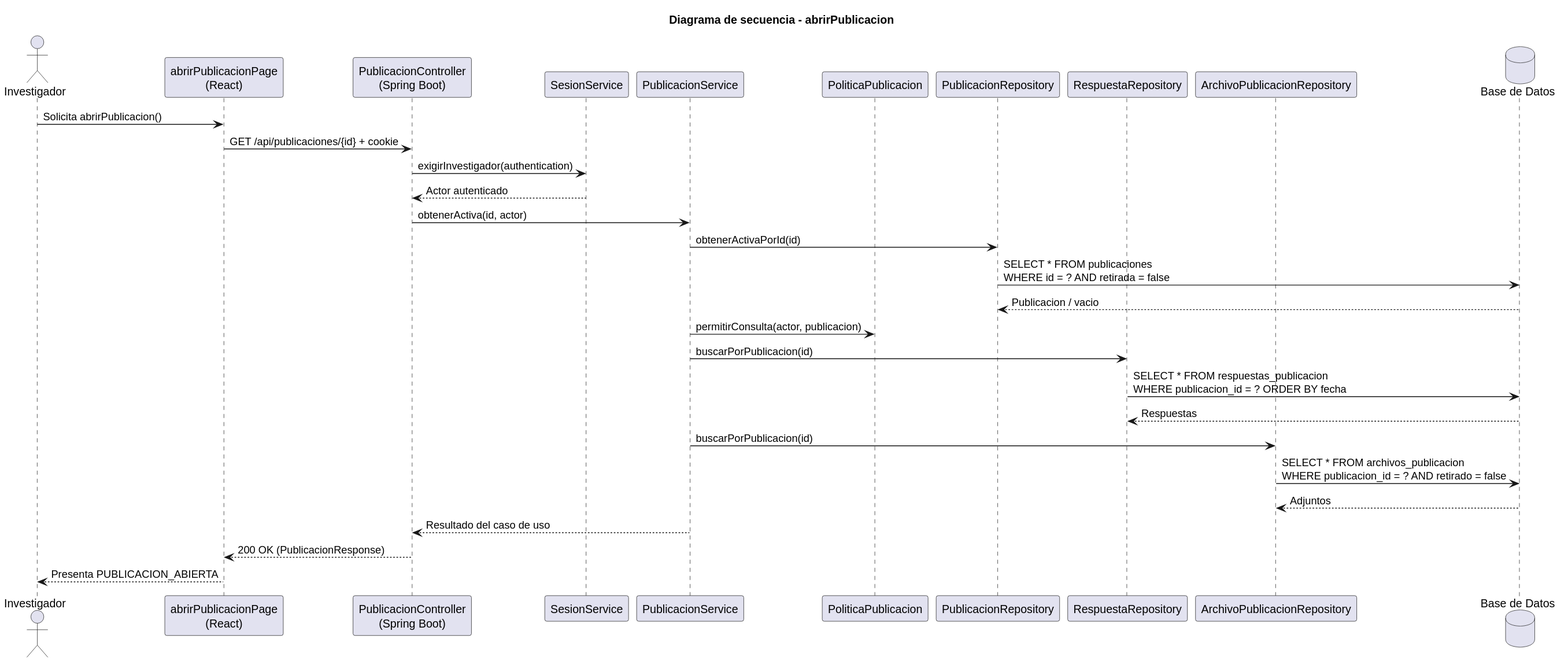
This is images/RUP/02-diseño/casos-uso/investigador/abrirPublicacion/secuencia.svg from beatriizorozco/25-26-idsw2-sdVC, a PlantUML export, as it was before one commit. Its diagram source:
```plantuml
@startuml
title Diagrama de secuencia - abrirPublicacion
actor Investigador
participant "abrirPublicacionPage\n(React)" as Frontend
participant "PublicacionController\n(Spring Boot)" as Api
participant "SesionService" as Sesion
participant "PublicacionService" as Service
participant "PoliticaPublicacion" as Policy
participant "PublicacionRepository" as Repo
participant "RespuestaRepository" as RespRepo
participant "ArchivoPublicacionRepository" as ArchivoRepo
database "Base de Datos" as DB

Investigador -> Frontend: Solicita abrirPublicacion()
Frontend -> Api: GET /api/publicaciones/{id} + cookie
Api -> Sesion: exigirInvestigador(authentication)
Sesion --> Api: Actor autenticado
Api -> Service: obtenerActiva(id, actor)
Service -> Repo: obtenerActivaPorId(id)
Repo -> DB: SELECT * FROM publicaciones\nWHERE id = ? AND retirada = false
DB --> Repo: Publicacion / vacio
Service -> Policy: permitirConsulta(actor, publicacion)
Service -> RespRepo: buscarPorPublicacion(id)
RespRepo -> DB: SELECT * FROM respuestas_publicacion\nWHERE publicacion_id = ? ORDER BY fecha
DB --> RespRepo: Respuestas
Service -> ArchivoRepo: buscarPorPublicacion(id)
ArchivoRepo -> DB: SELECT * FROM archivos_publicacion\nWHERE publicacion_id = ? AND retirado = false
DB --> ArchivoRepo: Adjuntos
Service --> Api: Resultado del caso de uso
Api --> Frontend: 200 OK (PublicacionResponse)
Frontend --> Investigador: Presenta PUBLICACION_ABIERTA
@enduml
```
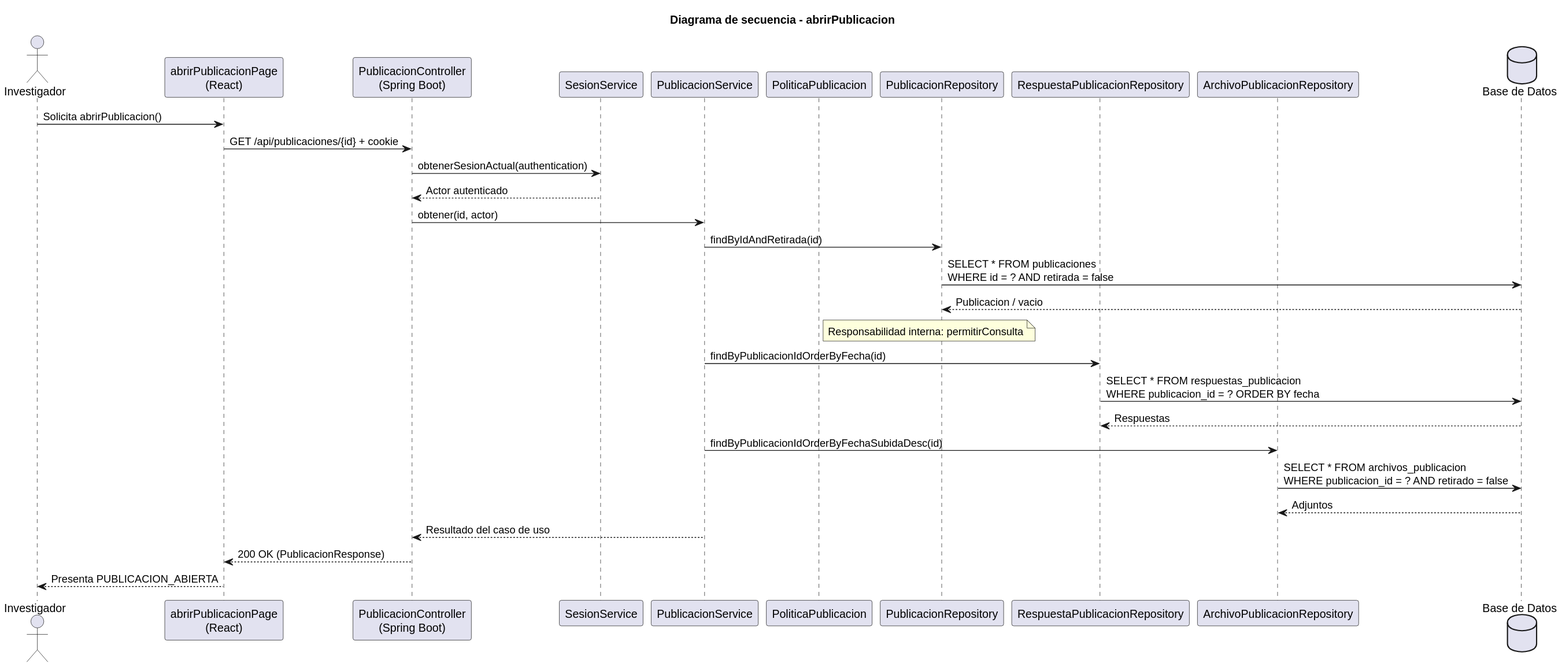
After the change.

Change to the diagram source:
```diff
@@ -7,23 +7,23 @@
 participant "PublicacionService" as Service
 participant "PoliticaPublicacion" as Policy
 participant "PublicacionRepository" as Repo
-participant "RespuestaRepository" as RespRepo
+participant "RespuestaPublicacionRepository" as RespRepo
 participant "ArchivoPublicacionRepository" as ArchivoRepo
 database "Base de Datos" as DB
 
 Investigador -> Frontend: Solicita abrirPublicacion()
 Frontend -> Api: GET /api/publicaciones/{id} + cookie
-Api -> Sesion: exigirInvestigador(authentication)
+Api -> Sesion: obtenerSesionActual(authentication)
 Sesion --> Api: Actor autenticado
-Api -> Service: obtenerActiva(id, actor)
-Service -> Repo: obtenerActivaPorId(id)
+Api -> Service: obtener(id, actor)
+Service -> Repo: findByIdAndRetirada(id)
 Repo -> DB: SELECT * FROM publicaciones\nWHERE id = ? AND retirada = false
 DB --> Repo: Publicacion / vacio
-Service -> Policy: permitirConsulta(actor, publicacion)
-Service -> RespRepo: buscarPorPublicacion(id)
+note right of Policy: Responsabilidad interna: permitirConsulta
+Service -> RespRepo: findByPublicacionIdOrderByFecha(id)
 RespRepo -> DB: SELECT * FROM respuestas_publicacion\nWHERE publicacion_id = ? ORDER BY fecha
 DB --> RespRepo: Respuestas
-Service -> ArchivoRepo: buscarPorPublicacion(id)
+Service -> ArchivoRepo: findByPublicacionIdOrderByFechaSubidaDesc(id)
 ArchivoRepo -> DB: SELECT * FROM archivos_publicacion\nWHERE publicacion_id = ? AND retirado = false
 DB --> ArchivoRepo: Adjuntos
 Service --> Api: Resultado del caso de uso
```
